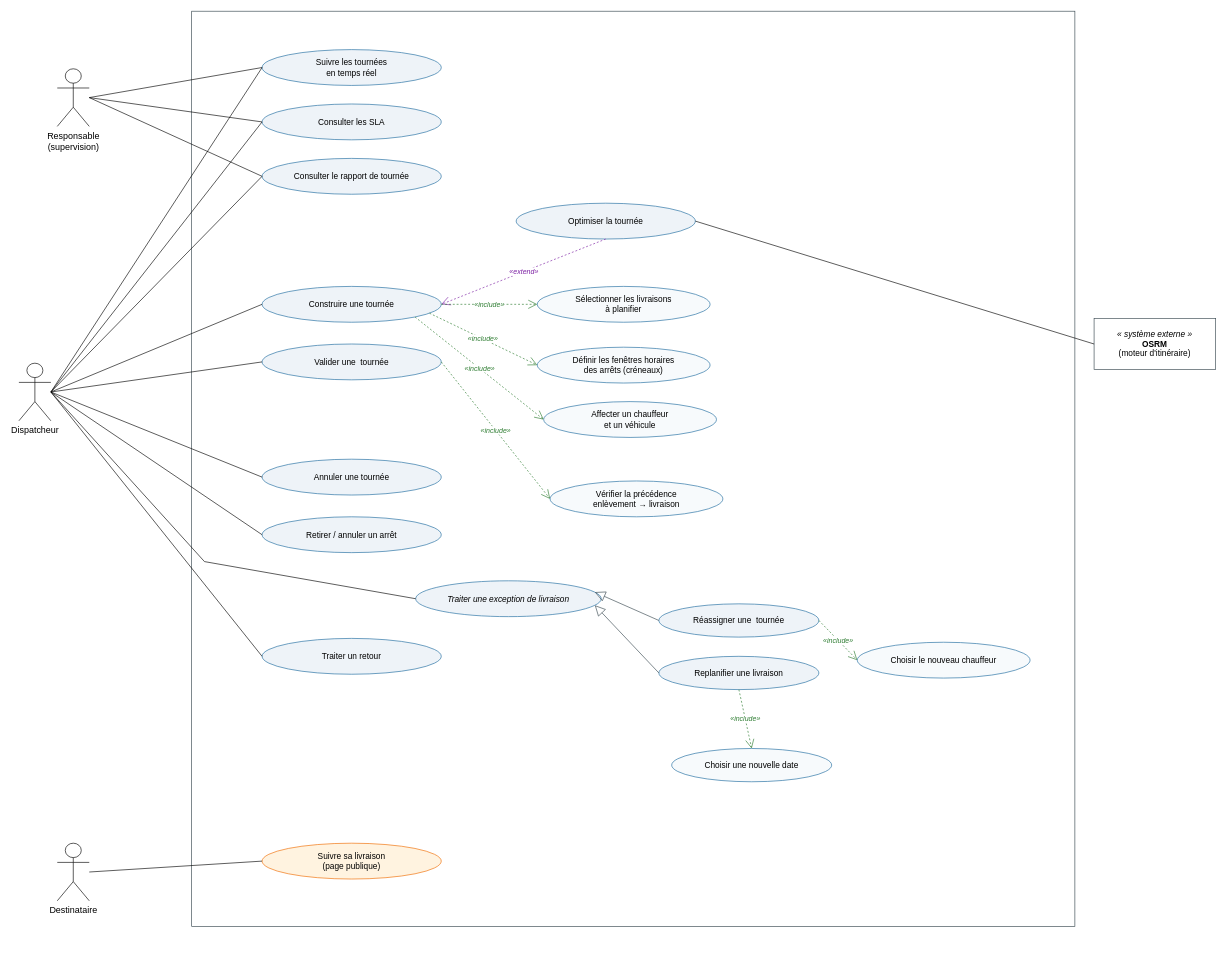
The draw.io diagram diagrams/drawio/Sprint3/uc3333.drawio in Moaziz667/asm-track, before the edit. Source tidied: cells renumbered, new cells numbered last; positions are measured from the earlier drawing's top-left corner, leaving out a move shared by most shapes. Both pictures are drawn from the tidied source at 64%, with x=0, y=0 at pixel (19, 11).
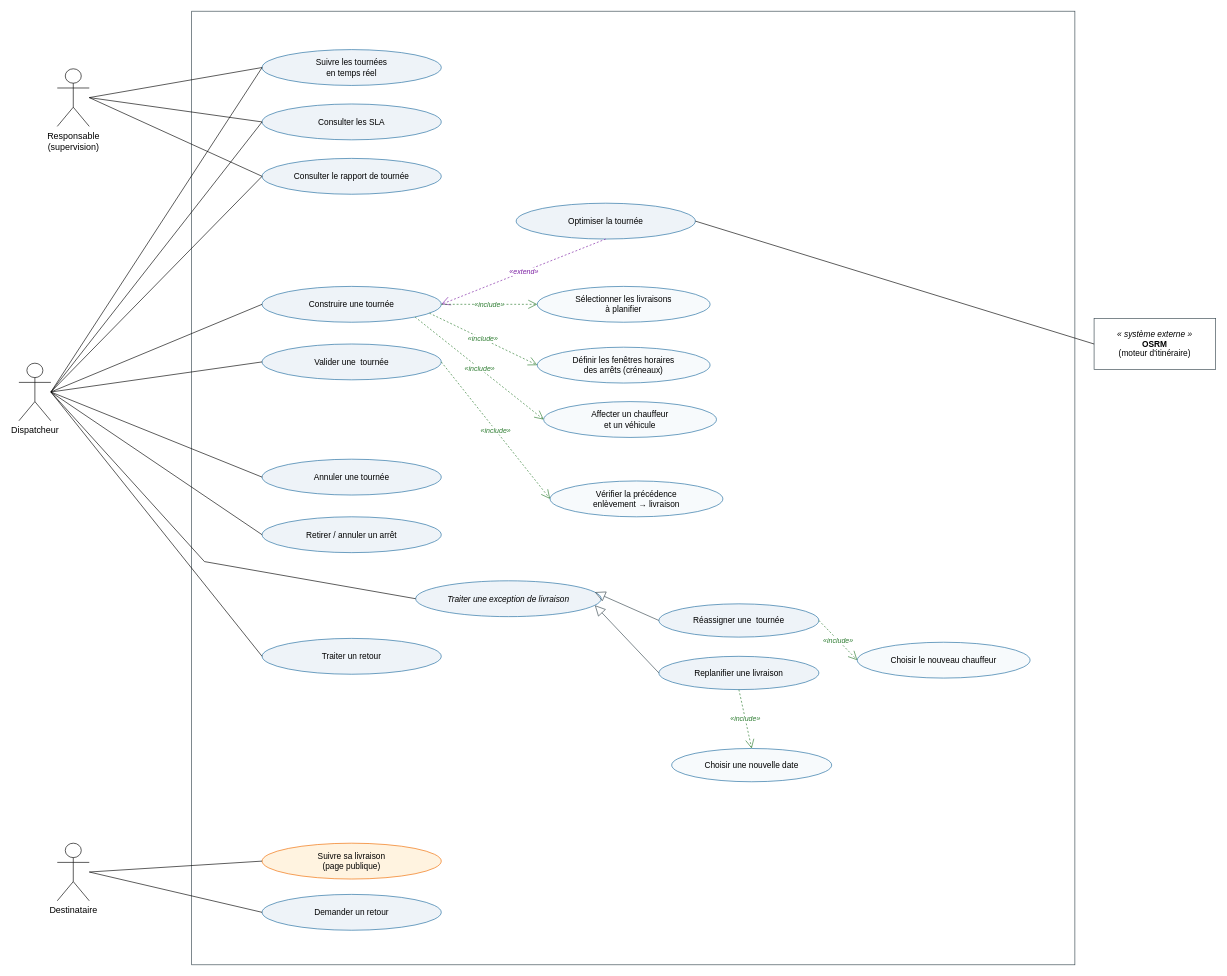
The same page after the edit.

Commit message (it also covers changes not shown here):
feat(backlog): le cycle du retour dit enfin qui declenche quoi

The change refers to these unchanged cells:
```xml
<mxCell id="5" value="Destinataire" style="shape=umlActor;verticalLabelPosition=bottom;verticalAlign=top;html=1;outlineConnect=0;fontSize=14;" parent="1" vertex="1">
  <mxGeometry x="60" y="1300" width="50" height="90" as="geometry" />
</mxCell>
```

Diff of the diagram source:
```diff
@@
     <mxCell id="2" style="rounded=0;whiteSpace=wrap;html=1;verticalAlign=top;fontSize=17;fontStyle=1;fillColor=none;strokeColor=#37474F;spacingTop=10;" parent="1" vertex="1">
-      <mxGeometry x="270" width="1380" height="1430" as="geometry" />
+      <mxGeometry x="270" width="1380" height="1490" as="geometry" />
     </mxCell>
@@
+    <mxCell id="49" value="Demander un retour" style="ellipse;whiteSpace=wrap;html=1;fillColor=#EEF3F8;strokeColor=#1F6CA0;fontSize=13;" parent="1" vertex="1">
+      <mxGeometry x="380" y="1380" width="280" height="56" as="geometry" />
+    </mxCell>
+    <mxCell id="50" style="html=1;endArrow=none;rounded=0;edgeStyle=none;exitX=1;exitY=0.5;entryX=0;entryY=0.5;" parent="1" edge="1" source="5" target="49">
+      <mxGeometry relative="1" as="geometry" />
+    </mxCell>
```
